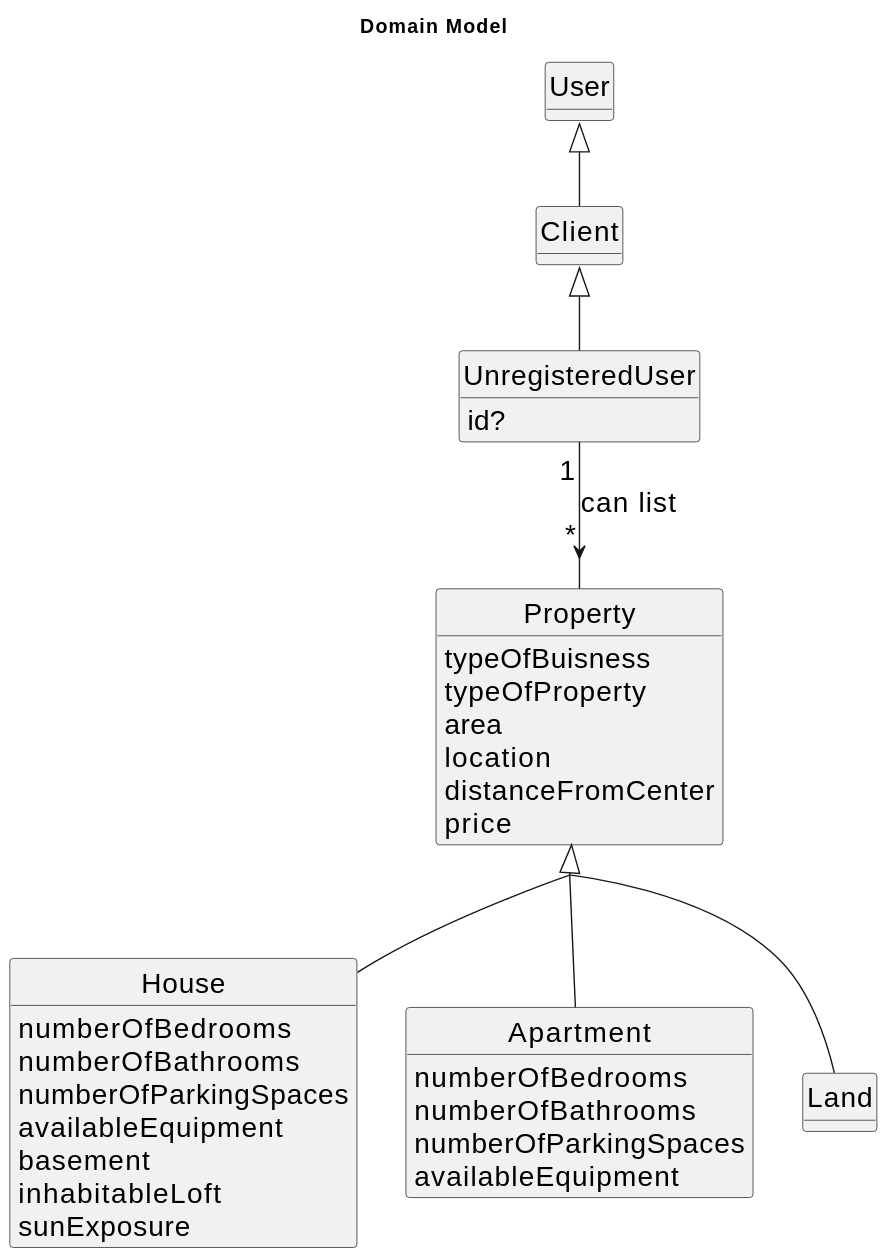
The PlantUML diagram docs/sprintA/us001/02.analysis/svg/us001-domain-model.svg in Goncalves2525/real-estate-management-system, before a commit.
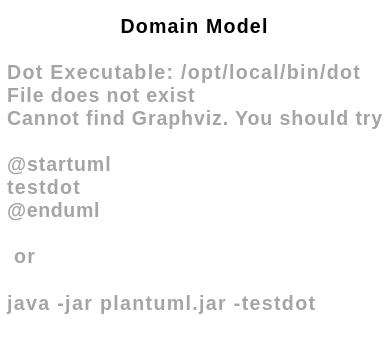
The same file after the commit.

Change to the diagram source:
```diff
@@ -4,9 +4,7 @@
 skinparam packageStyle rectangle
 skinparam shadowing false
 
-
 skinparam classAttributeIconSize 0
-skinparam groupInheritance 2
 
 hide circle
 hide methods
@@ -14,34 +12,8 @@
 title Domain Model
 
 
-class UnregisteredUser extends Client{
-   id?
-}
+class UnregisteredUser{
 
-class Client extends User{
-}
-
-class User{
-}
-
-class House extends Property{
-    numberOfBedrooms
-    numberOfBathrooms
-    numberOfParkingSpaces
-    availableEquipment
-    basement
-    inhabitableLoft
-    sunExposure
-}
-
-class Apartment extends Property{
-    numberOfBedrooms
-    numberOfBathrooms
-    numberOfParkingSpaces
-    availableEquipment
-}
-
-class Land extends Property{
 }
 
 class Property{
@@ -51,7 +23,36 @@
     location
     distanceFromCenter
     price
+    photos
 }
 
-UnregisteredUser "1" --> "*" Property : can list
+
+class PublishedProperty extends Property{
+    publishedDate
+    publishedBy
+    comission
+}
+
+class House extends Property{
+        numberOfBedrooms
+        numberOfBathrooms
+        numberOfParkingSpaces
+        availableEquipment
+        basement
+        inhabitableLoft
+        sunExposure
+}
+
+class Apartment extends Property{
+    numberOfBedrooms
+        numberOfBathrooms
+        numberOfParkingSpaces
+        availableEquipment
+}
+
+class Land extends Property{
+    typeOfLand
+}
+
+UnregisteredUser "1" --> "*" PublishedProperty : views
 @enduml
```
